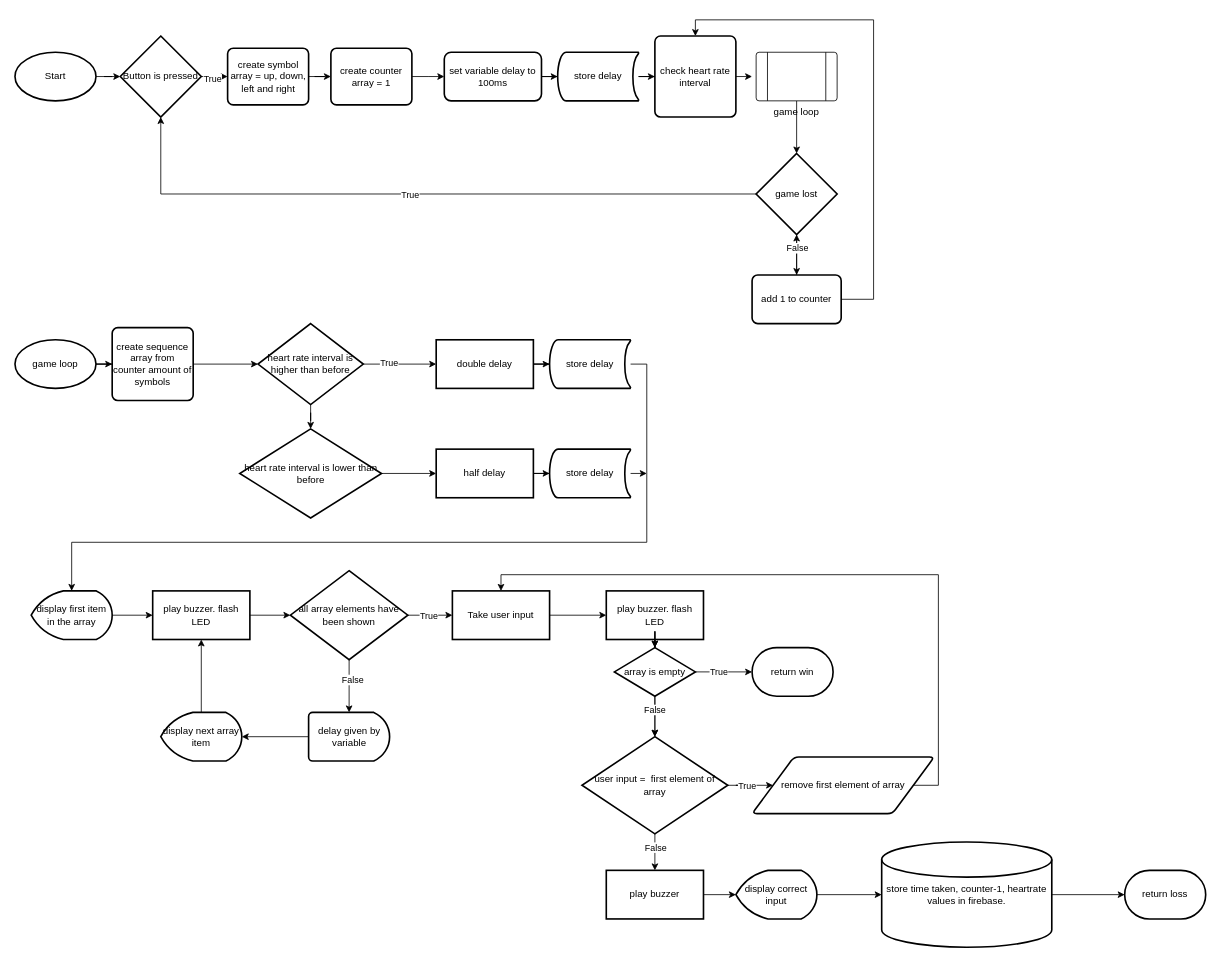
The draw.io diagram project flow chart.drawio in deadbeatshelf90/Ciar-n-s-respository, before the edit. Source tidied: cells renumbered, new cells numbered last; positions are measured from the earlier drawing's top-left corner, leaving out a move shared by most shapes. Both pictures are drawn from the tidied source at 81%, with x=0, y=0 at pixel (15, 19).
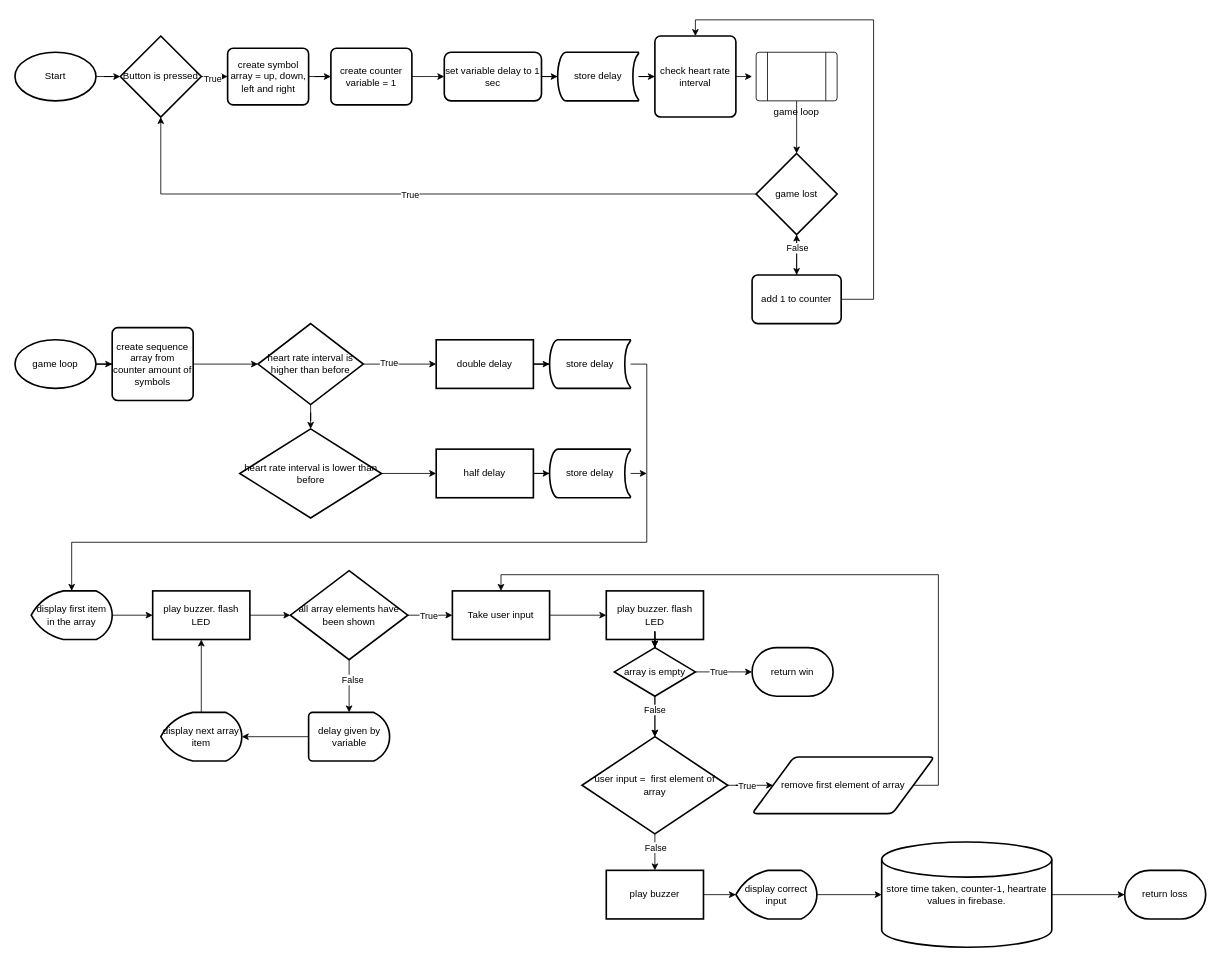
The same diagram, later.

Diff of the diagram source:
```diff
@@
-    <mxCell id="7" value="create counter array = 1" style="rounded=1;whiteSpace=wrap;html=1;absoluteArcSize=1;arcSize=14;strokeWidth=2;" parent="1" vertex="1">
+    <mxCell id="7" value="create counter variable = 1" style="rounded=1;whiteSpace=wrap;html=1;absoluteArcSize=1;arcSize=14;strokeWidth=2;" parent="1" vertex="1">
       <mxGeometry x="390" y="35" width="100" height="70" as="geometry" />
     </mxCell>
@@
-    <mxCell id="35" value="set variable delay to 100ms" style="whiteSpace=wrap;html=1;rounded=1;arcSize=14;strokeWidth=2;" parent="1" vertex="1">
+    <mxCell id="35" value="set variable delay to 1 sec" style="whiteSpace=wrap;html=1;rounded=1;arcSize=14;strokeWidth=2;" parent="1" vertex="1">
       <mxGeometry x="530" y="40" width="120" height="60" as="geometry" />
     </mxCell>
```
